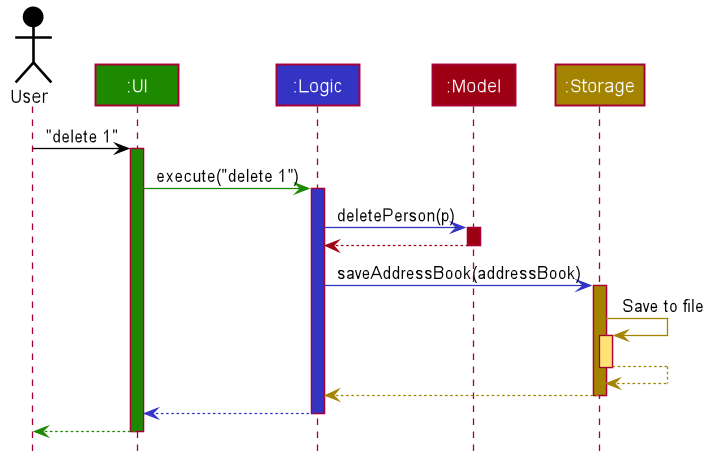
Above: docs/images/ArchitectureSequenceDiagram.png in nus-cs2103-AY2223S1/tp (PlantUML), before the change.
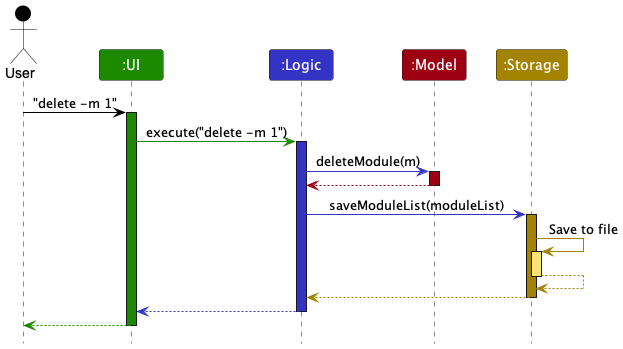
The same file after the commit.

Change to the diagram source:
```diff
@@ -1,85 +1,38 @@
 @startuml
+!include style.puml
 
+Actor User as user USER_COLOR
+Participant ":UI" as ui UI_COLOR
+Participant ":Logic" as logic LOGIC_COLOR
+Participant ":Model" as model MODEL_COLOR
+Participant ":Storage" as storage STORAGE_COLOR
 
+user -[USER_COLOR]> ui : "delete -m 1"
+activate ui UI_COLOR
 
+ui -[UI_COLOR]> logic : execute("delete -m 1")
+activate logic LOGIC_COLOR
 
+logic -[LOGIC_COLOR]> model : deleteModule(m)
+activate model MODEL_COLOR
 
-
-
-
-skinparam BackgroundColor #FFFFFFF
-
-skinparam Shadowing false
-
-skinparam Class {
-    FontColor #FFFFFF
-    BorderThickness 1
-    BorderColor #FFFFFF
-    StereotypeFontColor #FFFFFF
-    FontName Arial
-}
-
-skinparam Actor {
-    BorderColor #000000
-    Color #000000
-    FontName Arial
-}
-
-skinparam Sequence {
-    MessageAlign center
-    BoxFontSize 15
-    BoxPadding 0
-    BoxFontColor #FFFFFF
-    FontName Arial
-}
-
-skinparam Participant {
-    FontColor #FFFFFFF
-    Padding 20
-}
-
-skinparam MinClassWidth 50
-skinparam ParticipantPadding 10
-skinparam Shadowing false
-skinparam DefaultTextAlignment center
-skinparam packageStyle Rectangle
-
-hide footbox
-hide members
-hide circle
-
-Actor User as user #000000
-Participant ":UI" as ui #1D8900
-Participant ":Logic" as logic #3333C4
-Participant ":Model" as model #9D0012
-Participant ":Storage" as storage #A38300
-
-user -[#000000]> ui : "delete 1"
-activate ui #1D8900
-
-ui -[#1D8900]> logic : execute("delete 1")
-activate logic #3333C4
-
-logic -[#3333C4]> model : deletePerson(p)
-activate model #9D0012
-
-model -[#9D0012]-> logic
+model -[MODEL_COLOR]-> logic
 deactivate model
 
-logic -[#3333C4]> storage : saveAddressBook(addressBook)
-activate storage #A38300
+logic -[LOGIC_COLOR]> storage : saveModuleList(moduleList)
+activate storage STORAGE_COLOR
 
-storage -[#A38300]> storage : Save to file
-activate storage #FFE374
-storage --[#A38300]> storage
+storage -[STORAGE_COLOR]> storage : Save to file
+activate storage STORAGE_COLOR_T1
+storage --[STORAGE_COLOR]> storage
 deactivate storage
 
-storage --[#A38300]> logic
+storage --[STORAGE_COLOR]> logic
 deactivate storage
 
-logic --[#3333C4]> ui
+logic --[LOGIC_COLOR]> ui
 deactivate logic
 
-ui--[#1D8900]> user
+ui--[UI_COLOR]> user
 deactivate ui
 @enduml
```
